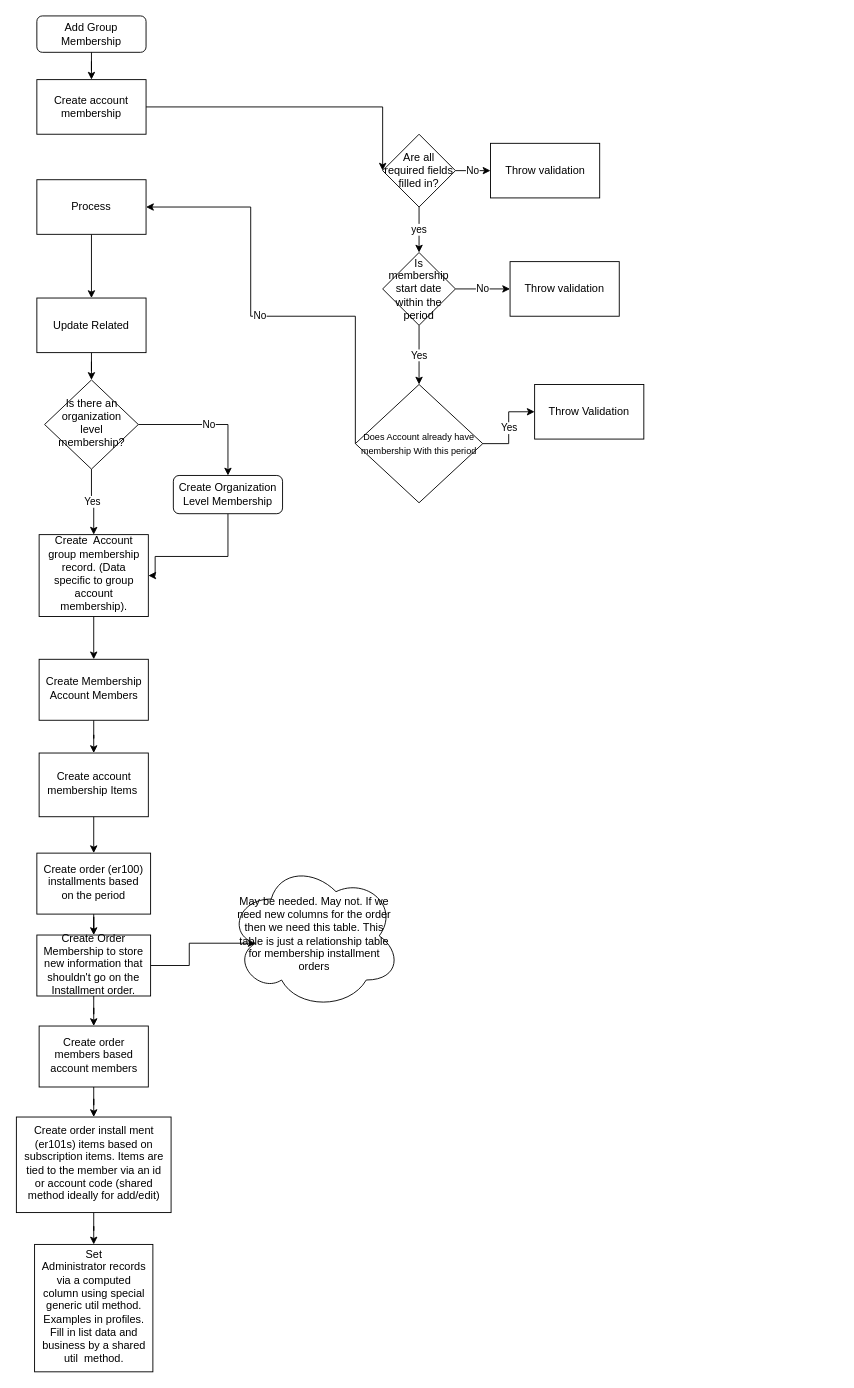
The draw.io diagram MembershipAddGroupMemberFlow.drawio in shelbyharris/Membership, before the edit. Source tidied: cells renumbered, new cells numbered last; positions are measured from the earlier drawing's top-left corner, leaving out a move shared by most shapes. Both pictures are drawn from the tidied source at 91%, with x=0, y=0 at pixel (16, 15).
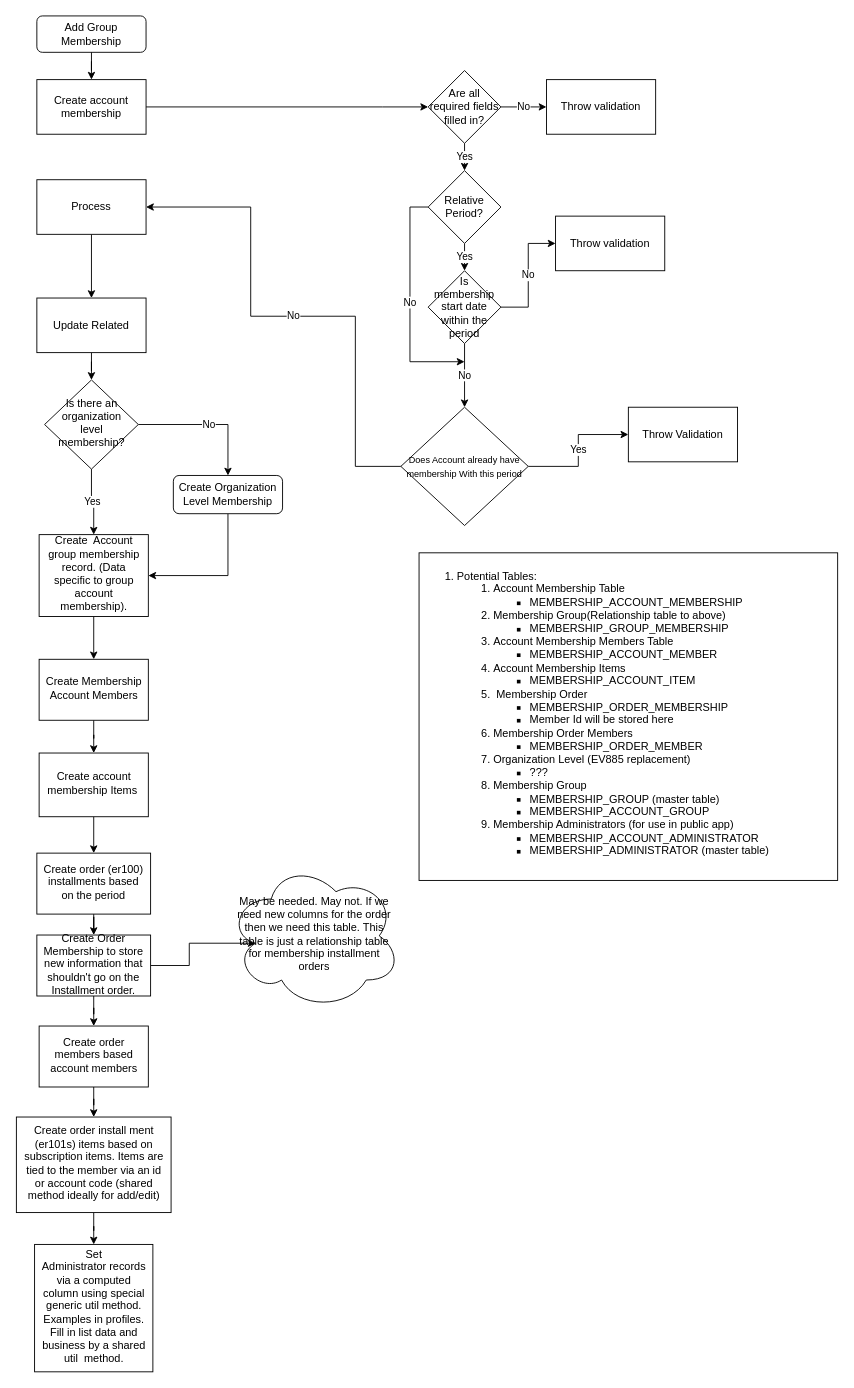
Above is the later version.

Unchanged cells that the change refers to:
```xml
<mxCell id="4" value="Create Organization Level Membership" style="rounded=1;whiteSpace=wrap;html=1;fontSize=12;glass=0;strokeWidth=1;shadow=0;" parent="1" vertex="1">
  <mxGeometry x="172" y="505" width="120" height="42" as="geometry" />
</mxCell>
<mxCell id="18" value="Create&amp;nbsp; Account group membership record. (Data specific to group account membership)." style="whiteSpace=wrap;html=1;shadow=0;strokeWidth=1;spacing=6;spacingTop=-4;" parent="1" vertex="1">
  <mxGeometry x="24.5" y="570" width="120" height="90" as="geometry" />
</mxCell>
```

The edit, as a diff of the source:
```diff
@@
     <mxCell id="3" style="edgeStyle=orthogonalEdgeStyle;rounded=0;jettySize=auto;html=1;entryX=1;entryY=0.5;entryDx=0;entryDy=0;exitX=0.5;exitY=1;exitDx=0;exitDy=0;" parent="1" edge="1" source="4" target="18">
       <mxGeometry relative="1" as="geometry">
         <Array as="points">
-          <mxPoint x="232" y="594" />
-          <mxPoint x="152" y="594" />
+          <mxPoint x="232" y="615" />
         </Array>
       </mxGeometry>
     </mxCell>
@@
-    <mxCell id="7" value="yes" style="edgeStyle=orthogonalEdgeStyle;rounded=0;jettySize=auto;html=1;" parent="1" edge="1" source="8" target="30">
-      <mxGeometry relative="1" as="geometry" />
-    </mxCell>
+    <mxCell id="44" value="Yes" style="edgeStyle=orthogonalEdgeStyle;rounded=0;jettySize=auto;html=1;exitX=0.5;exitY=1;exitDx=0;exitDy=0;entryX=0.5;entryY=0;entryDx=0;entryDy=0;" parent="1" edge="1" source="8" target="48">
+      <mxGeometry relative="1" as="geometry" />
+    </mxCell>
     <mxCell id="8" value="Are all required fields filled in?" style="rhombus;whiteSpace=wrap;html=1;rounded=0;" parent="1" vertex="1">
-      <mxGeometry x="402" y="130" width="80" height="80" as="geometry" />
+      <mxGeometry x="452" y="60" width="80" height="80" as="geometry" />
     </mxCell>
     <mxCell id="9" value="Throw validation" style="whiteSpace=wrap;html=1;rounded=0;" parent="1" vertex="1">
-      <mxGeometry x="520.5" y="140" width="120" height="60" as="geometry" />
+      <mxGeometry x="582" y="70" width="120" height="60" as="geometry" />
     </mxCell>
@@
-    <mxCell id="27" value="No" style="edgeStyle=orthogonalEdgeStyle;rounded=0;jettySize=auto;html=1;" parent="1" edge="1" source="30" target="31">
-      <mxGeometry relative="1" as="geometry" />
-    </mxCell>
@@
-    <mxCell id="29" value="Yes" style="edgeStyle=orthogonalEdgeStyle;rounded=0;jettySize=auto;html=1;" parent="1" edge="1" source="30" target="36">
-      <mxGeometry relative="1" as="geometry" />
-    </mxCell>
-    <mxCell id="30" value="Is membership start date within the period" style="rhombus;whiteSpace=wrap;html=1;rounded=0;" parent="1" vertex="1">
-      <mxGeometry x="402" y="260" width="80" height="80" as="geometry" />
-    </mxCell>
-    <mxCell id="31" value="&lt;span&gt;Throw validation&lt;/span&gt;" style="whiteSpace=wrap;html=1;rounded=0;" parent="1" vertex="1">
-      <mxGeometry x="542" y="270" width="120" height="60" as="geometry" />
-    </mxCell>
@@
     <mxCell id="36" value="&lt;font style=&quot;font-size: 10px&quot;&gt;Does Account already have membership With this period&lt;/font&gt;" style="rhombus;whiteSpace=wrap;html=1;rounded=0;" parent="1" vertex="1">
-      <mxGeometry x="372" y="405" width="140" height="130" as="geometry" />
+      <mxGeometry x="422" y="430" width="140" height="130" as="geometry" />
     </mxCell>
     <mxCell id="37" value="Throw Validation" style="whiteSpace=wrap;html=1;rounded=0;" parent="1" vertex="1">
-      <mxGeometry x="569" y="405" width="120" height="60" as="geometry" />
+      <mxGeometry x="672" y="430" width="120" height="60" as="geometry" />
     </mxCell>
@@
+    <mxCell id="45" value="&lt;ol&gt;&lt;li&gt;Potential Tables:&lt;br&gt;&lt;ol&gt;&lt;li&gt;Account Membership Table&lt;br&gt;&lt;/li&gt;&lt;ul&gt;&lt;li&gt;MEMBERSHIP_ACCOUNT_MEMBERSHIP&lt;/li&gt;&lt;/ul&gt;&lt;li&gt;Membership Group(Relationship table to above)&lt;/li&gt;&lt;ul&gt;&lt;li&gt;MEMBERSHIP_GROUP_MEMBERSHIP&lt;/li&gt;&lt;/ul&gt;&lt;li&gt;Account Membership Members Table&lt;/li&gt;&lt;ul&gt;&lt;li&gt;MEMBERSHIP_ACCOUNT_MEMBER&lt;/li&gt;&lt;/ul&gt;&lt;li&gt;Account Membership Items&lt;/li&gt;&lt;ul&gt;&lt;li&gt;MEMBERSHIP_ACCOUNT_ITEM&lt;/li&gt;&lt;/ul&gt;&lt;li&gt;&amp;nbsp;Membership Order&lt;/li&gt;&lt;ul&gt;&lt;li&gt;MEMBERSHIP_ORDER_MEMBERSHIP&lt;/li&gt;&lt;li&gt;Member Id will be stored here&lt;/li&gt;&lt;/ul&gt;&lt;li&gt;Membership Order Members&lt;/li&gt;&lt;ul&gt;&lt;li&gt;MEMBERSHIP_ORDER_MEMBER&lt;/li&gt;&lt;/ul&gt;&lt;li&gt;Organization Level (EV885 replacement)&lt;/li&gt;&lt;ul&gt;&lt;li&gt;???&lt;/li&gt;&lt;/ul&gt;&lt;li&gt;Membership Group&lt;/li&gt;&lt;ul&gt;&lt;li&gt;MEMBERSHIP_GROUP (master table)&lt;/li&gt;&lt;li&gt;MEMBERSHIP_ACCOUNT_GROUP&lt;/li&gt;&lt;/ul&gt;&lt;li&gt;Membership Administrators (for use in public app)&lt;/li&gt;&lt;ul&gt;&lt;li&gt;MEMBERSHIP_ACCOUNT_ADMINISTRATOR&lt;/li&gt;&lt;li&gt;MEMBERSHIP_ADMINISTRATOR (master table)&lt;/li&gt;&lt;/ul&gt;&lt;/ol&gt;&lt;/li&gt;&lt;/ol&gt;" style="rounded=0;whiteSpace=wrap;html=1;align=left;horizontal=1;verticalAlign=top;" parent="1" vertex="1">
+      <mxGeometry x="442" y="590" width="460" height="360" as="geometry" />
+    </mxCell>
+    <mxCell id="27" value="No" style="edgeStyle=orthogonalEdgeStyle;rounded=0;jettySize=auto;html=1;" parent="1" edge="1" source="30" target="31">
+      <mxGeometry relative="1" as="geometry" />
+    </mxCell>
+    <mxCell id="29" value="No" style="edgeStyle=orthogonalEdgeStyle;rounded=0;jettySize=auto;html=1;exitX=0.5;exitY=1;exitDx=0;exitDy=0;entryX=0.5;entryY=0;entryDx=0;entryDy=0;" parent="1" edge="1" source="30" target="36">
+      <mxGeometry relative="1" as="geometry" />
+    </mxCell>
+    <mxCell id="30" value="Is membership start date within the period" style="rhombus;whiteSpace=wrap;html=1;rounded=0;" parent="1" vertex="1">
+      <mxGeometry x="452" y="280" width="80" height="80" as="geometry" />
+    </mxCell>
+    <mxCell id="31" value="&lt;span&gt;Throw validation&lt;/span&gt;" style="whiteSpace=wrap;html=1;rounded=0;" parent="1" vertex="1">
+      <mxGeometry x="592" y="220" width="120" height="60" as="geometry" />
+    </mxCell>
+    <mxCell id="46" value="Yes" style="edgeStyle=orthogonalEdgeStyle;rounded=0;jettySize=auto;html=1;exitX=0.5;exitY=1;exitDx=0;exitDy=0;entryX=0.5;entryY=0;entryDx=0;entryDy=0;" parent="1" edge="1" source="48" target="30">
+      <mxGeometry relative="1" as="geometry" />
+    </mxCell>
+    <mxCell id="47" value="No" style="edgeStyle=orthogonalEdgeStyle;rounded=0;jettySize=auto;html=1;exitX=0;exitY=0.5;exitDx=0;exitDy=0;" parent="1" edge="1" source="48">
+      <mxGeometry relative="1" as="geometry">
+        <mxPoint x="492" y="380" as="targetPoint" />
+        <Array as="points">
+          <mxPoint x="432" y="210" />
+          <mxPoint x="432" y="380" />
+        </Array>
+      </mxGeometry>
+    </mxCell>
+    <mxCell id="48" value="Relative Period?" style="rhombus;whiteSpace=wrap;html=1;rounded=0;" parent="1" vertex="1">
+      <mxGeometry x="452" y="170" width="80" height="80" as="geometry" />
+    </mxCell>
```
